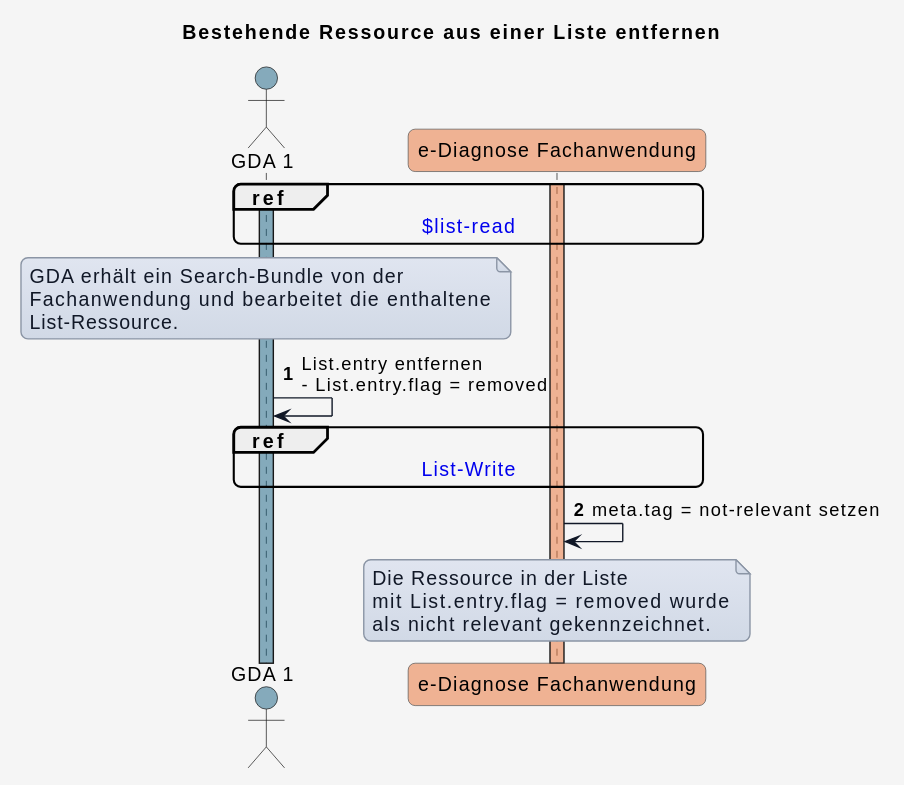
Before: input/images/plantuml/02_6.svg, a diagram exported from PlantUML (HL7Austria/ELGA-e-Diagnose-R4).
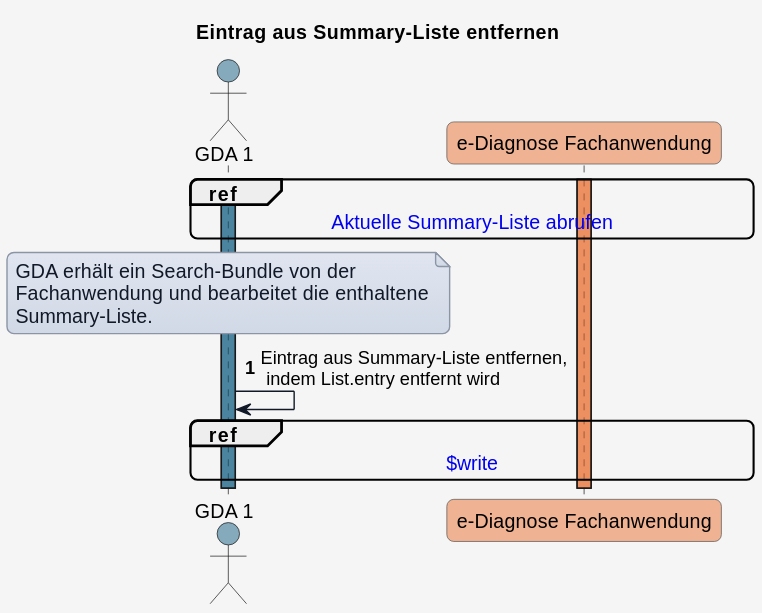
The same diagram one commit later.

What changed in the source:
```diff
@@ -1,5 +1,5 @@
 @startuml
-title Bestehende Ressource aus einer Liste entfernen
+title Eintrag aus Summary-Liste entfernen
 
 skinparam borderColor #000000
 skinparam backgroundColor #f5f5f5
@@ -55,23 +55,15 @@
 activate GDA_1 COLOR_GDA_1
 activate eDiag_FA COLOR_DIAG_FA
 
-ref over GDA_1, eDiag_FA : [[uc_ediag_06_int_list.html#$list-read $list-read]]
+ref over GDA_1, eDiag_FA : [[uc_ediag_01_lesen.html#aktuelle-summary-liste-abrufen-list-read Aktuelle Summary-Liste abrufen]]
 
 note over GDA_1
   GDA erhält ein Search-Bundle von der
   Fachanwendung und bearbeitet die enthaltene
-  List-Ressource.
+  Summary-Liste.
 end note
 
-GDA_1 -> GDA_1: List.entry entfernen\n- List.entry.flag = removed
+GDA_1 -> GDA_1: Eintrag aus Summary-Liste entfernen,\n indem List.entry entfernt wird
 
-ref over GDA_1, eDiag_FA : [[uc_ediag_06_int_list.html#$list-write List-Write]]
-
-eDiag_FA -> eDiag_FA : meta.tag = not-relevant setzen
-
-note over eDiag_FA
-  Die Ressource in der Liste
-  mit List.entry.flag = removed wurde
-  als nicht relevant gekennzeichnet.
-end note
+ref over GDA_1, eDiag_FA : [[uc_ediag_02_schreiben.html#summary-liste-aktualisieren-write $write]]
 @enduml
```
